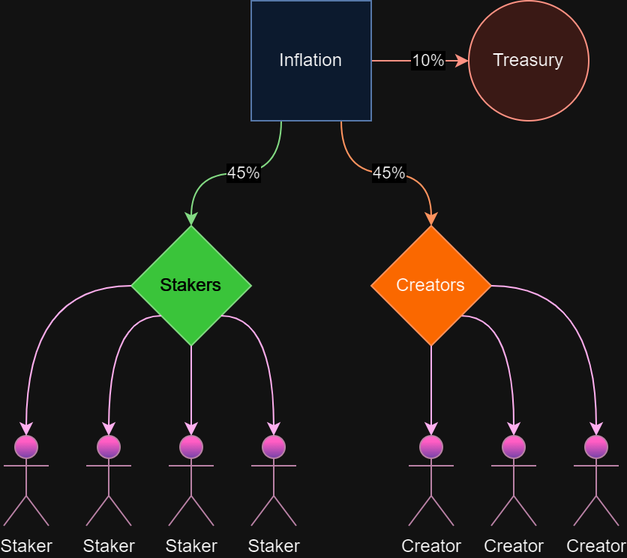
The draw.io diagram static/img/staking-diagram.png in dappforce/subsocial-docs, before a commit. Source tidied: cells renumbered, new cells last; positions are measured from the earlier drawing's top-left corner, leaving out a move shared by most shapes.
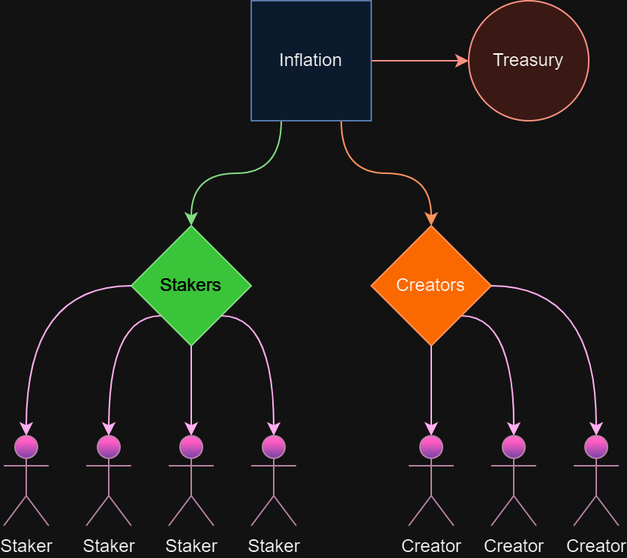
After the commit.

Diff of the diagram source:
```diff
@@ -5,21 +5,12 @@
     <mxCell id="2" style="edgeStyle=orthogonalEdgeStyle;rounded=0;jettySize=auto;html=1;exitX=1;exitY=0.5;exitDx=0;exitDy=0;entryX=0;entryY=0.5;entryDx=0;entryDy=0;fillColor=#fad9d5;strokeColor=#ae4132;" parent="1" edge="1" source="8" target="9">
       <mxGeometry relative="1" as="geometry" />
     </mxCell>
-    <mxCell id="3" value="10%" style="edgeLabel;html=1;align=center;verticalAlign=middle;" parent="2" vertex="1">
-      <mxGeometry x="0.14" relative="1" as="geometry" />
-    </mxCell>
     <mxCell id="4" style="edgeStyle=orthogonalEdgeStyle;jettySize=auto;html=1;exitX=0.25;exitY=1;exitDx=0;exitDy=0;entryX=0.5;entryY=0;entryDx=0;entryDy=0;curved=1;fillColor=#008a00;strokeColor=#005700;" parent="1" edge="1" source="8" target="10">
       <mxGeometry relative="1" as="geometry" />
     </mxCell>
-    <mxCell id="5" value="45%" style="edgeLabel;html=1;align=center;verticalAlign=middle;" parent="4" vertex="1">
-      <mxGeometry x="-0.08" relative="1" as="geometry" />
-    </mxCell>
     <mxCell id="6" style="edgeStyle=orthogonalEdgeStyle;jettySize=auto;html=1;exitX=0.75;exitY=1;exitDx=0;exitDy=0;entryX=0.5;entryY=0;entryDx=0;entryDy=0;curved=1;fillColor=#fa6800;strokeColor=#C73500;" parent="1" edge="1" source="8" target="12">
       <mxGeometry relative="1" as="geometry" />
     </mxCell>
-    <mxCell id="7" value="45%" style="edgeLabel;html=1;align=center;verticalAlign=middle;" parent="6" vertex="1">
-      <mxGeometry x="0.03" relative="1" as="geometry" />
-    </mxCell>
     <mxCell id="8" value="Inflation" style="whiteSpace=wrap;html=1;fillColor=#dae8fc;strokeColor=#6c8ebf;" parent="1" vertex="1">
       <mxGeometry x="165" width="80" height="80" as="geometry" />
     </mxCell>
```
